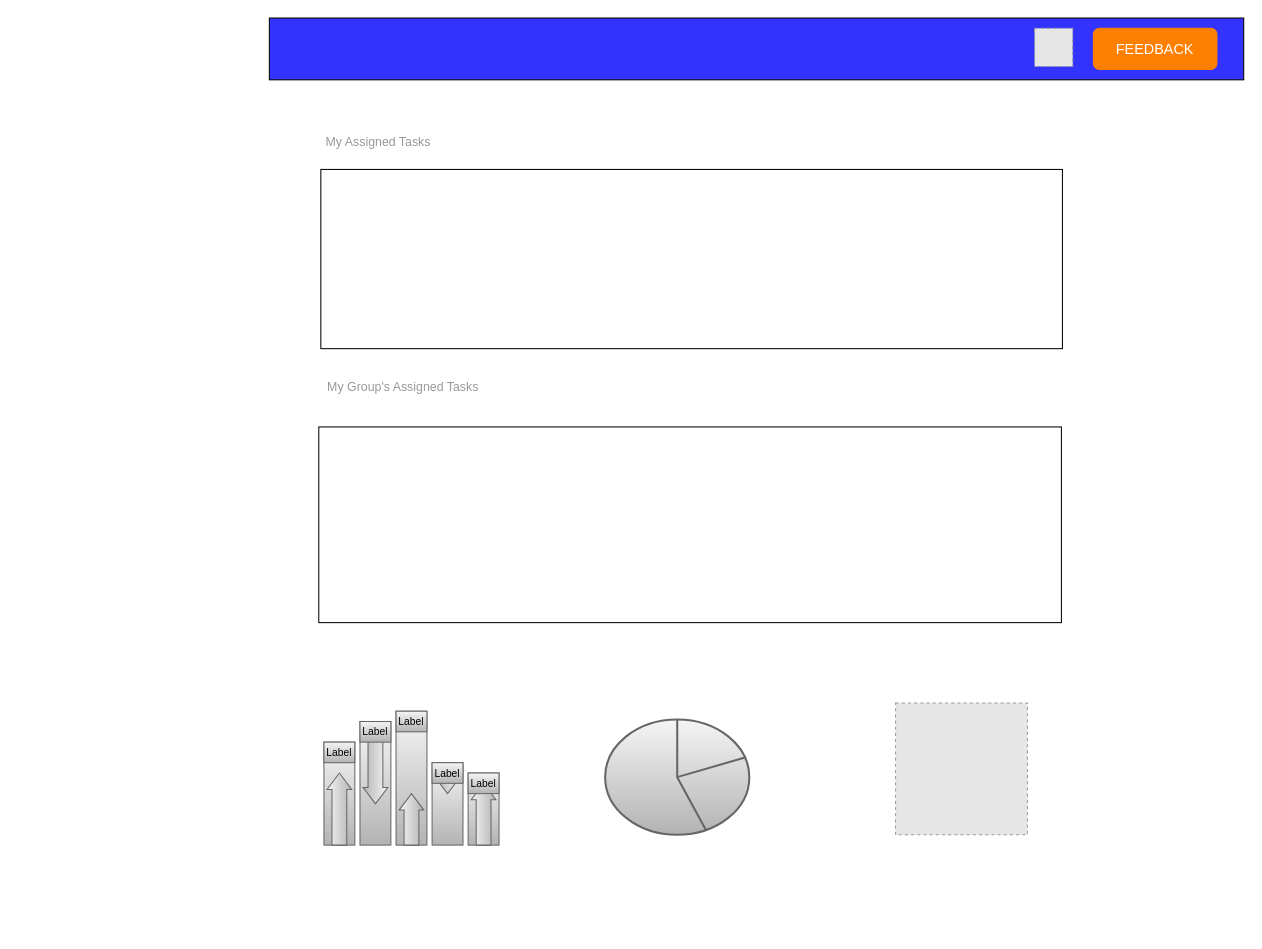
Before: page "Page-1" (1 of 2) of Drawings/DashboardDraft.drawio in flare891/rmslow, a draw.io diagram. Source tidied: cells renumbered, new cells numbered last; positions are measured from the earlier drawing's top-left corner, leaving out a move shared by most shapes. Both pictures are drawn from the tidied source at 103%, with x=0, y=0 at pixel (269, 18). Pictures stored in the file or linked from it are replaced by grey dashed boxes.
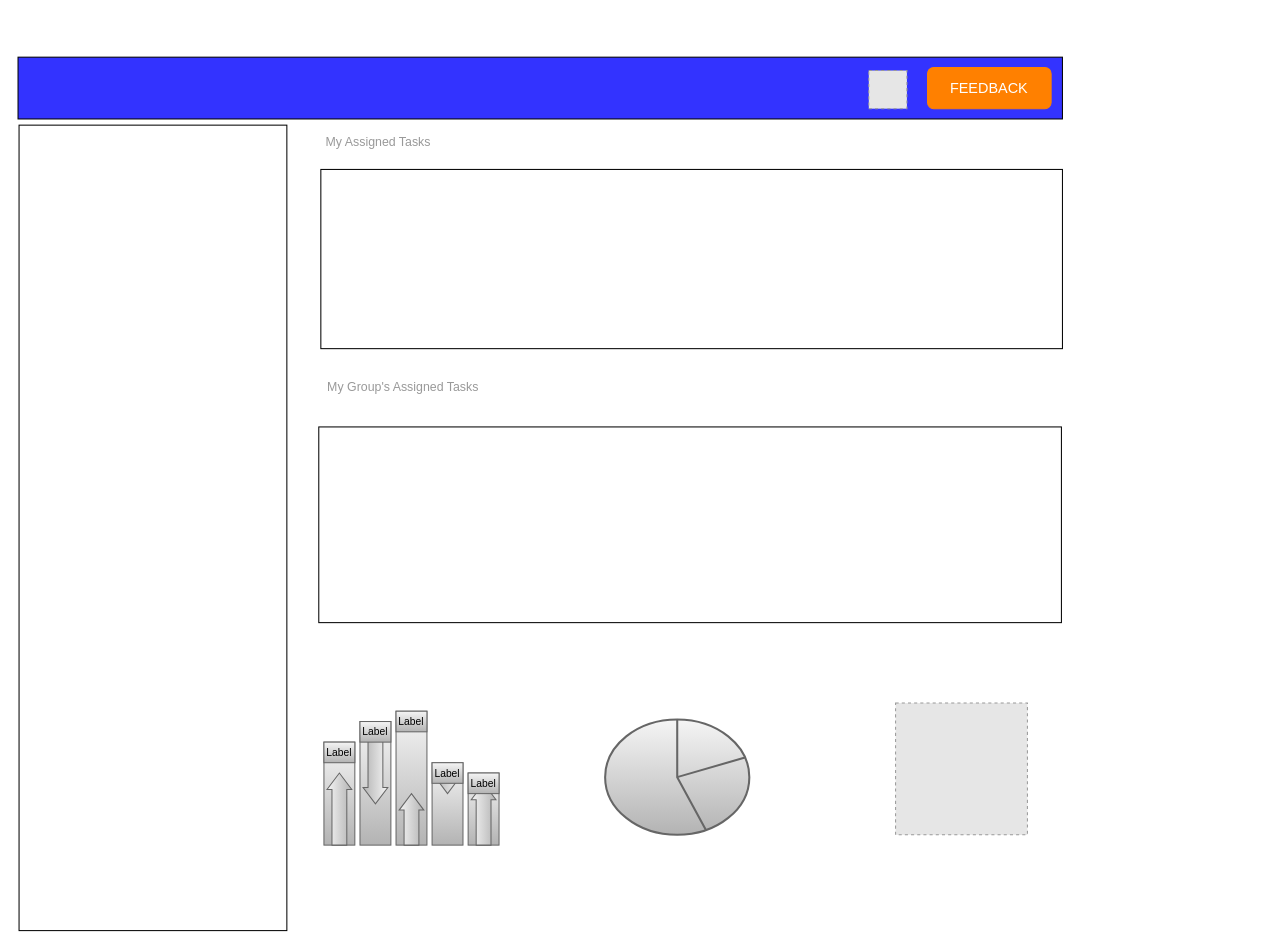
The same page after the edit.

Diff of the diagram source:
```diff
@@
     <mxCell id="2" style="rounded=0;whiteSpace=wrap;html=1;fillColor=#3333FF;" parent="1" vertex="1">
-      <mxGeometry width="946" height="60" as="geometry" />
+      <mxGeometry x="-244" y="38" width="1014" height="60" as="geometry" />
     </mxCell>
@@
     <mxCell id="7" value="&lt;font style=&quot;font-size: 14px&quot;&gt;FEEDBACK&lt;/font&gt;" style="rounded=1;whiteSpace=wrap;html=1;fillColor=#FF8000;strokeColor=#FF8000;fontColor=#FFFFFF;" parent="1" vertex="1">
-      <mxGeometry x="800" y="10" width="120" height="40" as="geometry" />
+      <mxGeometry x="639" y="48" width="120" height="40" as="geometry" />
     </mxCell>
     <mxCell id="8" style="fillColor=#E6E6E6;strokeColor=#999999;dashed=1;html=1;verticalAlign=top;verticalLabelPosition=bottom;labelBackgroundColor=#ffffff;fontColor=#FFFFFF;" parent="1" vertex="1">
-      <mxGeometry x="743" y="10" width="37" height="37" as="geometry" />
+      <mxGeometry x="582" y="51" width="37" height="37" as="geometry" />
     </mxCell>
@@
+    <mxCell id="26" style="rounded=0;whiteSpace=wrap;html=1;fontColor=#FFFFFF;rotation=90;fillColor=#FFFFFF;" parent="1" vertex="1">
+      <mxGeometry x="-504" y="365" width="782" height="260" as="geometry" />
+    </mxCell>
```
